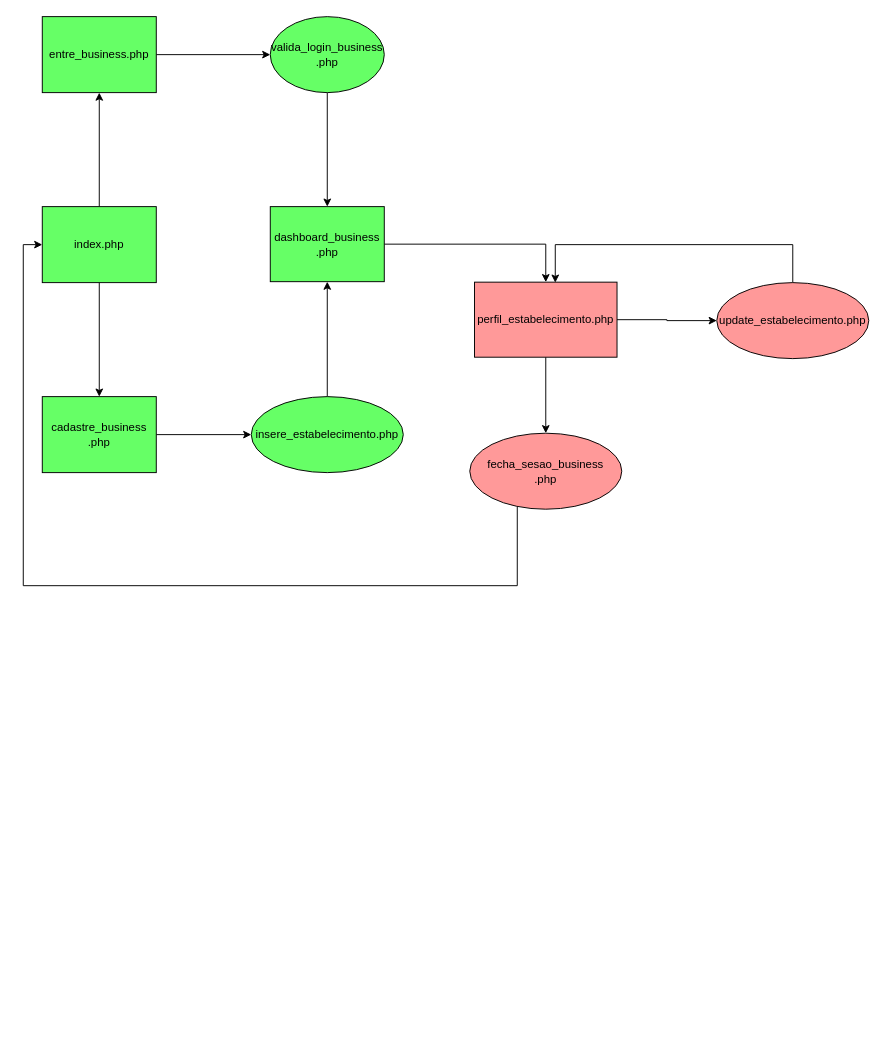
Above: page "Estabelecimento" (2 of 2) of diagramas/TCC - fluxo da aplicação.drawio in Estevaoferreira/tcc (draw.io), before the change. Source tidied: cells renumbered, new cells numbered last; positions are measured from the earlier drawing's top-left corner, leaving out a move shared by most shapes. Both pictures are drawn from the tidied source at 95%, with x=0, y=0 at pixel (23, 16).
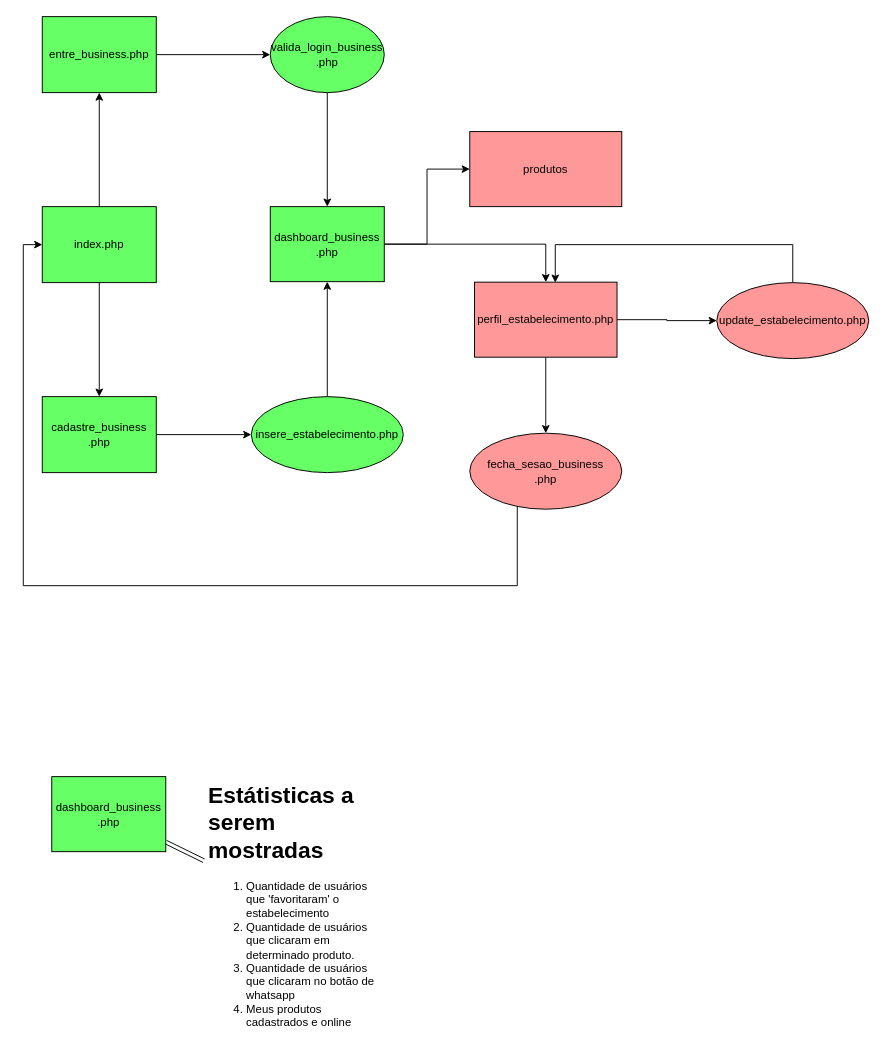
The same page after the edit.

The change refers to these unchanged cells:
```xml
<mxCell id="14" value="dashboard_business&lt;br&gt;.php" style="whiteSpace=wrap;html=1;rounded=0;fillColor=#66FF66;" parent="1" vertex="1">
  <mxGeometry x="260" y="200" width="120" height="79" as="geometry" />
</mxCell>
```

Diff of the diagram source:
```diff
@@
+    <mxCell id="22" style="edgeStyle=orthogonalEdgeStyle;rounded=0;jettySize=auto;html=1;" parent="1" edge="1" source="14" target="26">
+      <mxGeometry relative="1" as="geometry" />
+    </mxCell>
@@
+    <mxCell id="23" style="rounded=0;jettySize=auto;html=1;shape=link;" parent="1" edge="1" source="24" target="25">
+      <mxGeometry relative="1" as="geometry" />
+    </mxCell>
+    <mxCell id="24" value="dashboard_business&lt;br&gt;.php" style="whiteSpace=wrap;html=1;rounded=0;fillColor=#66FF66;" parent="1" vertex="1">
+      <mxGeometry x="30" y="800" width="120" height="79" as="geometry" />
+    </mxCell>
+    <mxCell id="25" value="&lt;h1 style=&quot;border-color: var(--border-color);&quot;&gt;Estátisticas a serem mostradas&lt;/h1&gt;&lt;p&gt;&lt;/p&gt;&lt;ol&gt;&lt;li&gt;Quantidade de usuários que 'favoritaram' o estabelecimento&lt;/li&gt;&lt;li&gt;Quantidade de usuários que clicaram em determinado produto.&lt;/li&gt;&lt;li&gt;Quantidade de usuários que clicaram no botão de whatsapp&lt;/li&gt;&lt;li&gt;Meus produtos cadastrados e online&lt;/li&gt;&lt;/ol&gt;&lt;p&gt;&lt;/p&gt;" style="text;html=1;strokeColor=none;fillColor=none;spacing=5;spacingTop=-20;whiteSpace=wrap;overflow=hidden;rounded=0;" parent="1" vertex="1">
+      <mxGeometry x="190" y="800" width="190" height="270" as="geometry" />
+    </mxCell>
+    <mxCell id="26" value="produtos" style="whiteSpace=wrap;html=1;rounded=0;fillColor=#FF9999;" parent="1" vertex="1">
+      <mxGeometry x="470" y="121" width="160" height="79" as="geometry" />
+    </mxCell>
```
